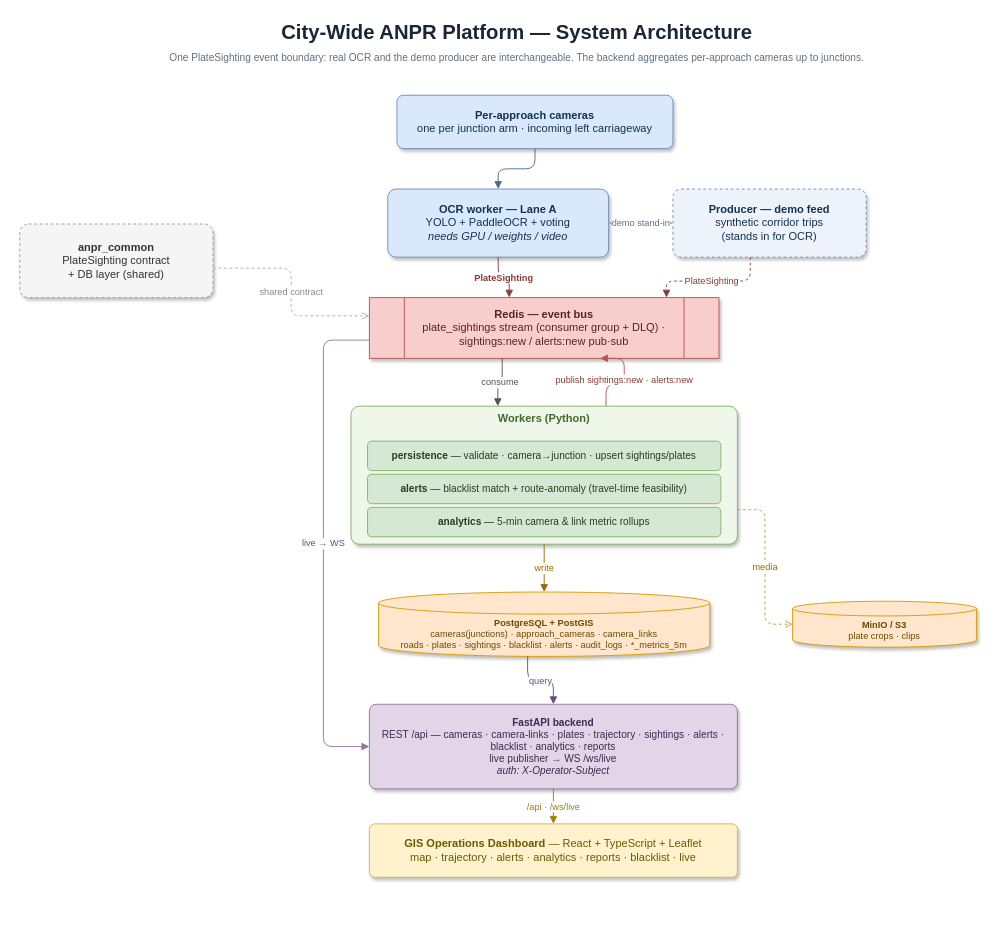
Before: docs/architecture.drawio in AadityaKhurana/sih-internal-round, a draw.io diagram. Source tidied: cells renumbered, new cells numbered last; positions are measured from the earlier drawing's top-left corner, leaving out a move shared by most shapes. Both pictures are drawn from the tidied source at 92%, with x=0, y=0 at pixel (19, 16).
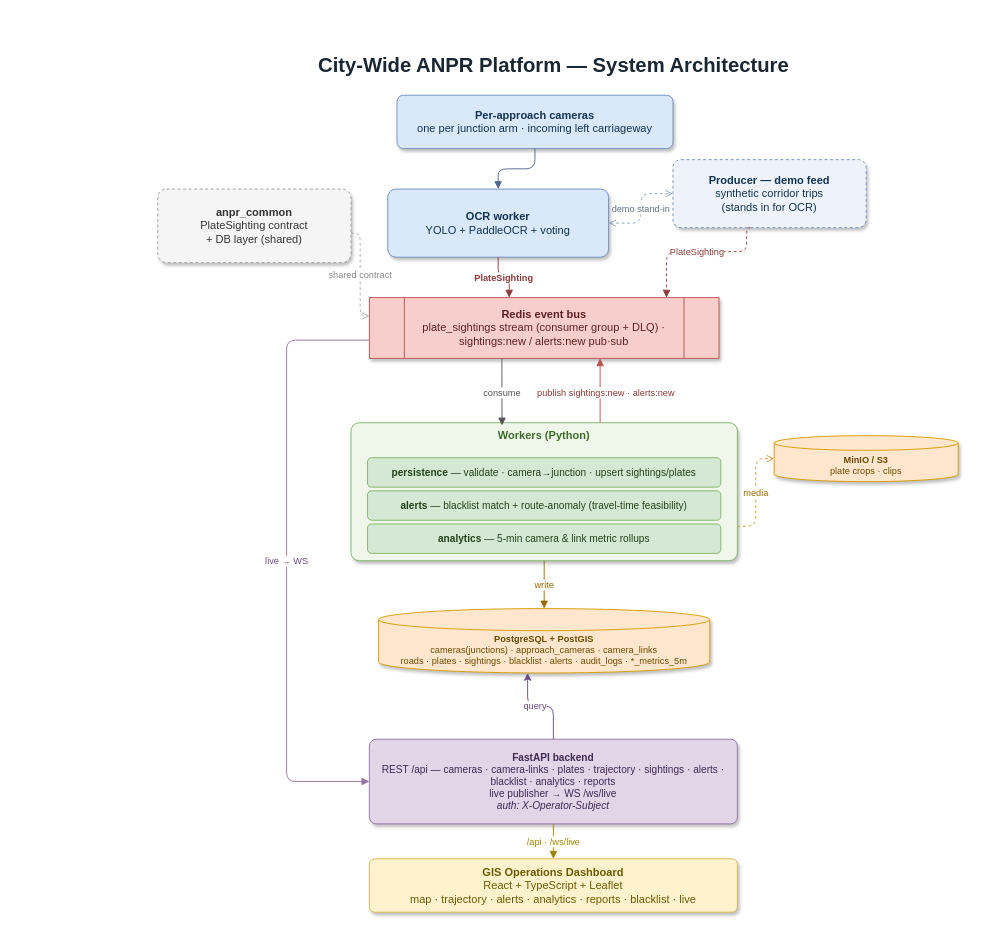
Above is the later version.

What changed in the source:
```diff
@@
     <mxCell id="2" value="City-Wide ANPR Platform — System Architecture" style="text;html=1;align=center;verticalAlign=middle;fontSize=22;fontStyle=1;fontColor=#1a2733;" parent="1" vertex="1">
-      <mxGeometry x="230" width="620" height="36" as="geometry" />
+      <mxGeometry x="270" y="36" width="620" height="36" as="geometry" />
     </mxCell>
-    <mxCell id="3" value="One PlateSighting event boundary: real OCR and the demo producer are interchangeable. The backend aggregates per-approach cameras up to junctions." style="text;html=1;align=center;verticalAlign=middle;fontSize=11;fontColor=#607080;" parent="1" vertex="1">
-      <mxGeometry x="140" y="34" width="800" height="22" as="geometry" />
-    </mxCell>
@@
-    <mxCell id="5" value="&lt;b&gt;OCR worker — Lane A&lt;/b&gt;&lt;br&gt;YOLO + PaddleOCR + voting&lt;br&gt;&lt;i&gt;needs GPU / weights / video&lt;/i&gt;" style="rounded=1;whiteSpace=wrap;html=1;arcSize=12;fillColor=#dae8fc;strokeColor=#6c8ebf;fontColor=#12324f;shadow=1;" parent="1" vertex="1">
+    <mxCell id="5" value="&lt;b&gt;OCR worker&lt;/b&gt;&lt;div&gt;YOLO + PaddleOCR + voting&lt;br&gt;&lt;/div&gt;" style="rounded=1;whiteSpace=wrap;html=1;arcSize=12;fillColor=#dae8fc;strokeColor=#6c8ebf;fontColor=#12324f;shadow=1;" parent="1" vertex="1">
       <mxGeometry x="400" y="188" width="240" height="74" as="geometry" />
     </mxCell>
     <mxCell id="6" value="&lt;b&gt;Producer — demo feed&lt;/b&gt;&lt;br&gt;synthetic corridor trips&lt;br&gt;(stands in for OCR)" style="rounded=1;whiteSpace=wrap;html=1;arcSize=12;fillColor=#eef3fb;strokeColor=#6c8ebf;fontColor=#12324f;dashed=1;shadow=1;" parent="1" vertex="1">
-      <mxGeometry x="710" y="188" width="210" height="74" as="geometry" />
+      <mxGeometry x="710" y="156" width="210" height="74" as="geometry" />
     </mxCell>
-    <mxCell id="7" value="&lt;b&gt;Redis — event bus&lt;/b&gt;&lt;br&gt;plate_sightings stream (consumer group + DLQ) · sightings:new / alerts:new pub·sub" style="shape=process;whiteSpace=wrap;html=1;fillColor=#f8cecc;strokeColor=#b85450;fontColor=#5a2320;shadow=1;" parent="1" vertex="1">
+    <mxCell id="7" value="&lt;b&gt;Redis event bus&lt;/b&gt;&lt;br&gt;plate_sightings stream (consumer group + DLQ) · sightings:new / alerts:new pub·sub" style="shape=process;whiteSpace=wrap;html=1;fillColor=#f8cecc;strokeColor=#b85450;fontColor=#5a2320;shadow=1;" parent="1" vertex="1">
       <mxGeometry x="380" y="306" width="380" height="66" as="geometry" />
     </mxCell>
     <mxCell id="8" value="&lt;b&gt;Workers (Python)&lt;/b&gt;" style="rounded=1;arcSize=6;whiteSpace=wrap;html=1;verticalAlign=top;fontStyle=1;fontColor=#3f6b2b;fillColor=#eef7ea;strokeColor=#82b366;shadow=1;" parent="1" vertex="1">
-      <mxGeometry x="360" y="424" width="420" height="150" as="geometry" />
+      <mxGeometry x="360" y="442" width="420" height="150" as="geometry" />
     </mxCell>
     <mxCell id="9" value="&lt;b&gt;persistence&lt;/b&gt; — validate · camera→junction · upsert sightings/plates" style="rounded=1;arcSize=14;whiteSpace=wrap;html=1;fillColor=#d5e8d4;strokeColor=#82b366;fontColor=#24401b;fontSize=11;" parent="1" vertex="1">
-      <mxGeometry x="378" y="462" width="384" height="32" as="geometry" />
+      <mxGeometry x="378" y="480" width="384" height="32" as="geometry" />
     </mxCell>
     <mxCell id="10" value="&lt;b&gt;alerts&lt;/b&gt; — blacklist match + route-anomaly (travel-time feasibility)" style="rounded=1;arcSize=14;whiteSpace=wrap;html=1;fillColor=#d5e8d4;strokeColor=#82b366;fontColor=#24401b;fontSize=11;" parent="1" vertex="1">
-      <mxGeometry x="378" y="498" width="384" height="32" as="geometry" />
+      <mxGeometry x="378" y="516" width="384" height="32" as="geometry" />
     </mxCell>
     <mxCell id="11" value="&lt;b&gt;analytics&lt;/b&gt; — 5-min camera &amp; link metric rollups" style="rounded=1;arcSize=14;whiteSpace=wrap;html=1;fillColor=#d5e8d4;strokeColor=#82b366;fontColor=#24401b;fontSize=11;" parent="1" vertex="1">
-      <mxGeometry x="378" y="534" width="384" height="32" as="geometry" />
+      <mxGeometry x="378" y="552" width="384" height="32" as="geometry" />
     </mxCell>
     <mxCell id="12" value="&lt;b&gt;PostgreSQL + PostGIS&lt;/b&gt;&lt;br&gt;cameras(junctions) · approach_cameras · camera_links&lt;br&gt;roads · plates · sightings · blacklist · alerts · audit_logs · *_metrics_5m" style="shape=cylinder3;whiteSpace=wrap;html=1;boundedLbl=1;backgroundOutline=1;size=12;fillColor=#ffe6cc;strokeColor=#d79b00;fontColor=#6b4a00;fontSize=10;shadow=1;" parent="1" vertex="1">
-      <mxGeometry x="390" y="626" width="360" height="70" as="geometry" />
+      <mxGeometry x="390" y="644" width="360" height="70" as="geometry" />
     </mxCell>
     <mxCell id="13" value="&lt;b&gt;MinIO / S3&lt;/b&gt;&lt;br&gt;plate crops · clips" style="shape=cylinder3;whiteSpace=wrap;html=1;boundedLbl=1;backgroundOutline=1;size=8;fillColor=#ffe6cc;strokeColor=#d79b00;fontColor=#6b4a00;fontSize=10;shadow=1;" parent="1" vertex="1">
-      <mxGeometry x="840" y="636" width="200" height="50" as="geometry" />
+      <mxGeometry x="820" y="456" width="200" height="50" as="geometry" />
     </mxCell>
     <mxCell id="14" value="&lt;b&gt;FastAPI backend&lt;/b&gt;&lt;br&gt;REST /api — cameras · camera-links · plates · trajectory · sightings · alerts · blacklist · analytics · reports&lt;br&gt;live publisher → WS /ws/live&lt;br&gt;&lt;i&gt;auth: X-Operator-Subject&lt;/i&gt;" style="rounded=1;arcSize=8;whiteSpace=wrap;html=1;fillColor=#e1d5e7;strokeColor=#9673a6;fontColor=#3f2a52;fontSize=11;shadow=1;" parent="1" vertex="1">
-      <mxGeometry x="380" y="748" width="400" height="92" as="geometry" />
+      <mxGeometry x="380" y="786" width="400" height="92" as="geometry" />
     </mxCell>
-    <mxCell id="15" value="&lt;b&gt;GIS Operations Dashboard&lt;/b&gt; — React + TypeScript + Leaflet&lt;br&gt;map · trajectory · alerts · analytics · reports · blacklist · live" style="rounded=1;arcSize=10;whiteSpace=wrap;html=1;fillColor=#fff2cc;strokeColor=#d6b656;fontColor=#6b5a00;shadow=1;" parent="1" vertex="1">
-      <mxGeometry x="380" y="878" width="400" height="58" as="geometry" />
+    <mxCell id="15" value="&lt;b&gt;GIS Operations Dashboard&lt;/b&gt;&lt;div&gt;React + TypeScript + Leaflet&lt;br&gt;map · trajectory · alerts · analytics · reports · blacklist · live&lt;/div&gt;" style="rounded=1;arcSize=10;whiteSpace=wrap;html=1;fillColor=#fff2cc;strokeColor=#d6b656;fontColor=#6b5a00;shadow=1;" parent="1" vertex="1">
+      <mxGeometry x="380" y="916" width="400" height="58" as="geometry" />
     </mxCell>
     <mxCell id="16" value="&lt;b&gt;anpr_common&lt;/b&gt;&lt;br&gt;PlateSighting contract&lt;br&gt;+ DB layer (shared)" style="rounded=1;whiteSpace=wrap;html=1;arcSize=12;fillColor=#f5f5f5;strokeColor=#999999;fontColor=#333333;dashed=1;shadow=1;" parent="1" vertex="1">
-      <mxGeometry y="226" width="210" height="80" as="geometry" />
+      <mxGeometry x="150" y="188" width="210" height="80" as="geometry" />
     </mxCell>
@@
     <mxCell id="20" value="PlateSighting" style="edgeStyle=orthogonalEdgeStyle;rounded=1;html=1;dashed=1;endArrow=block;strokeColor=#8a3b36;fontSize=10;fontColor=#8a3b36;exitX=0.4;exitY=1;entryX=0.85;entryY=0;" parent="1" edge="1" source="6" target="7">
       <mxGeometry relative="1" as="geometry">
         <Array as="points">
-          <mxPoint x="794" y="288" />
+          <mxPoint x="790" y="230" />
+          <mxPoint x="790" y="256" />
+          <mxPoint x="703" y="256" />
         </Array>
       </mxGeometry>
     </mxCell>
@@
-    <mxCell id="22" value="consume" style="edgeStyle=orthogonalEdgeStyle;rounded=1;html=1;endArrow=block;strokeColor=#555555;fontSize=10;fontColor=#555555;exitX=0.38;exitY=1;entryX=0.38;entryY=0;" parent="1" edge="1" source="7" target="8">
-      <mxGeometry relative="1" as="geometry" />
+    <mxCell id="22" value="consume" style="edgeStyle=orthogonalEdgeStyle;rounded=1;html=1;endArrow=block;strokeColor=#555555;fontSize=10;fontColor=#555555;exitX=0.379;exitY=0.998;entryX=0.391;entryY=0.02;entryDx=0;entryDy=0;entryPerimeter=0;exitDx=0;exitDy=0;exitPerimeter=0;" parent="1" edge="1" source="7" target="8">
+      <mxGeometry relative="1" as="geometry">
+        <Array as="points">
+          <mxPoint x="524" y="376" />
+          <mxPoint x="524.2" y="376" />
+        </Array>
+      </mxGeometry>
     </mxCell>
-    <mxCell id="23" value="publish sightings:new · alerts:new" style="edgeStyle=orthogonalEdgeStyle;rounded=1;html=1;endArrow=block;strokeColor=#b85450;fontSize=10;fontColor=#8a3b36;exitX=0.66;exitY=0;entryX=0.66;entryY=1;" parent="1" edge="1" source="8" target="7">
-      <mxGeometry relative="1" as="geometry">
+    <mxCell id="23" value="publish sightings:new · alerts:new" style="edgeStyle=orthogonalEdgeStyle;rounded=1;html=1;endArrow=block;strokeColor=#b85450;fontSize=10;fontColor=#8a3b36;entryX=0.66;entryY=1;" parent="1" edge="1" target="7">
+      <mxGeometry x="-0.05" y="-6" relative="1" as="geometry">
+        <mxPoint x="630.8" y="442" as="sourcePoint" />
         <Array as="points">
-          <mxPoint x="657" y="400" />
+          <mxPoint x="630" y="442" />
+          <mxPoint x="630" y="372" />
         </Array>
       </mxGeometry>
     </mxCell>
@@
-    <mxCell id="26" value="query" style="edgeStyle=orthogonalEdgeStyle;rounded=1;html=1;endArrow=block;strokeColor=#6b4a86;fontSize=10;fontColor=#6b4a86;exitX=0.45;exitY=1;entryX=0.5;entryY=0;" parent="1" edge="1" source="12" target="14">
-      <mxGeometry relative="1" as="geometry" />
+    <mxCell id="26" value="query" style="edgeStyle=orthogonalEdgeStyle;rounded=1;html=1;endArrow=none;strokeColor=#6b4a86;fontSize=10;fontColor=#6b4a86;exitX=0.45;exitY=1;entryX=0.5;entryY=0;startArrow=classic;startFill=1;endFill=0;" parent="1" edge="1" source="12" target="14">
+      <mxGeometry x="-0.12" relative="1" as="geometry" />
     </mxCell>
     <mxCell id="27" value="live → WS" style="edgeStyle=orthogonalEdgeStyle;rounded=1;html=1;endArrow=block;strokeColor=#9673a6;fontSize=10;fontColor=#6b4a86;exitX=0;exitY=0.7;entryX=0;entryY=0.5;" parent="1" edge="1" source="7" target="14">
       <mxGeometry relative="1" as="geometry">
         <Array as="points">
-          <mxPoint x="330" y="352" />
-          <mxPoint x="330" y="794" />
+          <mxPoint x="290" y="352.1" />
+          <mxPoint x="290" y="832.1" />
         </Array>
       </mxGeometry>
     </mxCell>
```
